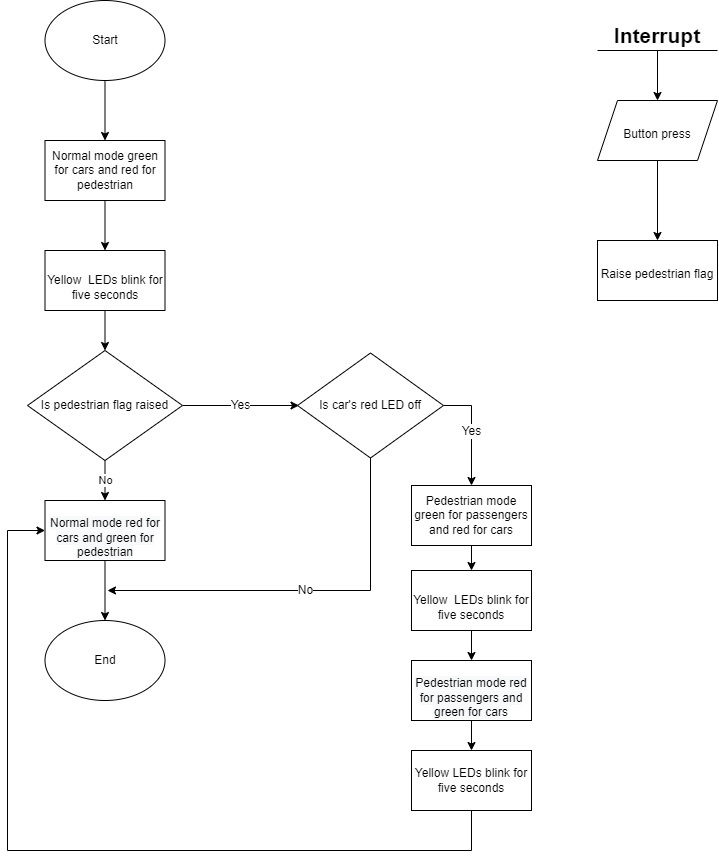
Earlier version of the draw.io export flowchart.png (ahmedosama07/FWD-Embedded-Systems-Professional-Track-On-demand-Traffic-light-Control-Project). Source tidied: cells renumbered, new cells last; positions are measured from the earlier drawing's top-left corner, leaving out a move shared by most shapes. Its diagram source:
```xml
<mxGraphModel>
  <root>
    <mxCell id="0" />
    <mxCell id="1" parent="0" />
    <mxCell id="2" style="edgeStyle=orthogonalEdgeStyle;rounded=0;jettySize=auto;html=1;" parent="1" edge="1" source="3" target="5">
      <mxGeometry relative="1" as="geometry" />
    </mxCell>
    <mxCell id="3" value="Start" style="ellipse;whiteSpace=wrap;html=1;" parent="1" vertex="1">
      <mxGeometry x="37.5" width="120" height="80" as="geometry" />
    </mxCell>
    <mxCell id="4" style="edgeStyle=orthogonalEdgeStyle;rounded=0;jettySize=auto;html=1;" parent="1" edge="1" source="5" target="7">
      <mxGeometry relative="1" as="geometry" />
    </mxCell>
    <mxCell id="5" value="Normal mode green for cars and red for pedestrian" style="rounded=0;whiteSpace=wrap;html=1;" parent="1" vertex="1">
      <mxGeometry x="37.5" y="140" width="120" height="60" as="geometry" />
    </mxCell>
    <mxCell id="6" style="edgeStyle=orthogonalEdgeStyle;rounded=0;jettySize=auto;html=1;" parent="1" edge="1" source="7" target="10">
      <mxGeometry relative="1" as="geometry" />
    </mxCell>
    <mxCell id="7" value="&lt;br&gt;Yellow&amp;nbsp; LEDs blink for five seconds" style="rounded=0;whiteSpace=wrap;html=1;" parent="1" vertex="1">
      <mxGeometry x="37.5" y="250" width="120" height="60" as="geometry" />
    </mxCell>
    <mxCell id="8" value="No" style="edgeStyle=orthogonalEdgeStyle;rounded=0;jettySize=auto;html=1;" parent="1" edge="1" source="10" target="12">
      <mxGeometry relative="1" as="geometry" />
    </mxCell>
    <mxCell id="9" value="Yes" style="edgeStyle=orthogonalEdgeStyle;rounded=0;jettySize=auto;html=1;fontSize=12;" parent="1" edge="1" source="10">
      <mxGeometry relative="1" as="geometry">
        <mxPoint x="291.5" y="405" as="targetPoint" />
      </mxGeometry>
    </mxCell>
    <mxCell id="10" value="Is pedestrian flag raised" style="rhombus;whiteSpace=wrap;html=1;" parent="1" vertex="1">
      <mxGeometry x="20" y="350" width="155" height="110" as="geometry" />
    </mxCell>
    <mxCell id="11" style="edgeStyle=orthogonalEdgeStyle;rounded=0;jettySize=auto;html=1;" parent="1" edge="1" source="12" target="13">
      <mxGeometry relative="1" as="geometry" />
    </mxCell>
    <mxCell id="12" value="&lt;br&gt;&lt;span style=&quot;color: rgb(0, 0, 0); font-family: Helvetica; font-size: 12px; font-style: normal; font-variant-ligatures: normal; font-variant-caps: normal; font-weight: 400; letter-spacing: normal; orphans: 2; text-align: center; text-indent: 0px; text-transform: none; widows: 2; word-spacing: 0px; -webkit-text-stroke-width: 0px; background-color: rgb(248, 249, 250); text-decoration-thickness: initial; text-decoration-style: initial; text-decoration-color: initial; float: none; display: inline !important;&quot;&gt;Normal mode red for cars and green for pedestrian&lt;/span&gt;&lt;br&gt;" style="rounded=0;whiteSpace=wrap;html=1;" parent="1" vertex="1">
      <mxGeometry x="37.5" y="500" width="120" height="60" as="geometry" />
    </mxCell>
    <mxCell id="13" value="End" style="ellipse;whiteSpace=wrap;html=1;" parent="1" vertex="1">
      <mxGeometry x="37.5" y="620" width="120" height="80" as="geometry" />
    </mxCell>
    <mxCell id="14" value="&lt;b&gt;&lt;font style=&quot;font-size: 21px;&quot;&gt;Interrupt&lt;/font&gt;&lt;/b&gt;" style="text;html=1;strokeColor=none;fillColor=none;align=center;verticalAlign=middle;whiteSpace=wrap;rounded=0;" parent="1" vertex="1">
      <mxGeometry x="620" y="20" width="60" height="30" as="geometry" />
    </mxCell>
    <mxCell id="15" style="endArrow=none;html=1;rounded=0;fontSize=21;" parent="1" edge="1">
      <mxGeometry relative="1" as="geometry">
        <mxPoint x="590" y="50" as="sourcePoint" />
        <mxPoint x="710" y="50" as="targetPoint" />
      </mxGeometry>
    </mxCell>
    <mxCell id="16" style="edgeStyle=orthogonalEdgeStyle;rounded=0;jettySize=auto;html=1;fontSize=12;" parent="1" edge="1" source="17" target="30">
      <mxGeometry relative="1" as="geometry" />
    </mxCell>
    <mxCell id="17" value="&lt;font style=&quot;font-size: 12px;&quot;&gt;Button press&lt;/font&gt;" style="shape=parallelogram;perimeter=parallelogramPerimeter;whiteSpace=wrap;html=1;fixedSize=1;fontSize=21;" parent="1" vertex="1">
      <mxGeometry x="590" y="100" width="120" height="60" as="geometry" />
    </mxCell>
    <mxCell id="18" style="endArrow=classic;html=1;rounded=0;fontSize=21;entryX=0.5;entryY=0;entryDx=0;entryDy=0;" parent="1" edge="1" target="17">
      <mxGeometry relative="1" as="geometry">
        <mxPoint x="650" y="50" as="sourcePoint" />
      </mxGeometry>
    </mxCell>
    <mxCell id="19" value="Yes" style="edgeStyle=orthogonalEdgeStyle;rounded=0;jettySize=auto;html=1;fontSize=12;exitX=1;exitY=0.5;exitDx=0;exitDy=0;" parent="1" edge="1" source="21" target="23">
      <mxGeometry relative="1" as="geometry" />
    </mxCell>
    <mxCell id="20" value="No" style="edgeStyle=orthogonalEdgeStyle;rounded=0;jettySize=auto;html=1;fontSize=12;" parent="1" edge="1" source="21">
      <mxGeometry relative="1" as="geometry">
        <mxPoint x="100" y="590" as="targetPoint" />
        <Array as="points">
          <mxPoint x="363" y="590" />
          <mxPoint x="300" y="590" />
        </Array>
      </mxGeometry>
    </mxCell>
    <mxCell id="21" value="Is car's red LED off" style="rhombus;whiteSpace=wrap;html=1;" parent="1" vertex="1">
      <mxGeometry x="290" y="352.5" width="146" height="105" as="geometry" />
    </mxCell>
    <mxCell id="22" style="edgeStyle=orthogonalEdgeStyle;rounded=0;jettySize=auto;html=1;fontSize=12;" parent="1" edge="1" source="23" target="25">
      <mxGeometry relative="1" as="geometry" />
    </mxCell>
    <mxCell id="23" value="Pedestrian mode green for passengers and red for cars" style="rounded=0;whiteSpace=wrap;html=1;" parent="1" vertex="1">
      <mxGeometry x="404" y="485" width="120" height="60" as="geometry" />
    </mxCell>
    <mxCell id="24" style="edgeStyle=orthogonalEdgeStyle;rounded=0;jettySize=auto;html=1;fontSize=12;" parent="1" edge="1" source="25" target="27">
      <mxGeometry relative="1" as="geometry" />
    </mxCell>
    <mxCell id="25" value="&lt;br&gt;Yellow&amp;nbsp; LEDs blink for five seconds" style="rounded=0;whiteSpace=wrap;html=1;" parent="1" vertex="1">
      <mxGeometry x="404" y="570" width="120" height="60" as="geometry" />
    </mxCell>
    <mxCell id="26" style="edgeStyle=orthogonalEdgeStyle;rounded=0;jettySize=auto;html=1;fontSize=12;" parent="1" edge="1" source="27" target="28">
      <mxGeometry relative="1" as="geometry" />
    </mxCell>
    <mxCell id="27" value="&lt;br&gt;&lt;span style=&quot;color: rgb(0, 0, 0); font-family: Helvetica; font-size: 12px; font-style: normal; font-variant-ligatures: normal; font-variant-caps: normal; font-weight: 400; letter-spacing: normal; orphans: 2; text-align: center; text-indent: 0px; text-transform: none; widows: 2; word-spacing: 0px; -webkit-text-stroke-width: 0px; background-color: rgb(248, 249, 250); text-decoration-thickness: initial; text-decoration-style: initial; text-decoration-color: initial; float: none; display: inline !important;&quot;&gt;Pedestrian mode red for passengers and green for cars&lt;/span&gt;" style="rounded=0;whiteSpace=wrap;html=1;" parent="1" vertex="1">
      <mxGeometry x="404" y="660" width="120" height="60" as="geometry" />
    </mxCell>
    <mxCell id="28" value="Yellow LEDs blink for five seconds" style="whiteSpace=wrap;html=1;rounded=0;" parent="1" vertex="1">
      <mxGeometry x="404" y="750" width="120" height="60" as="geometry" />
    </mxCell>
    <mxCell id="29" style="endArrow=classic;html=1;rounded=0;fontSize=12;exitX=0.5;exitY=1;exitDx=0;exitDy=0;entryX=0;entryY=0.5;entryDx=0;entryDy=0;" parent="1" edge="1" source="28" target="12">
      <mxGeometry relative="1" as="geometry">
        <Array as="points">
          <mxPoint x="464" y="850" />
          <mxPoint y="850" />
          <mxPoint y="530" />
        </Array>
      </mxGeometry>
    </mxCell>
    <mxCell id="30" value="&lt;font style=&quot;font-size: 12px;&quot;&gt;Raise pedestrian flag&lt;/font&gt;" style="whiteSpace=wrap;html=1;fontSize=21;" parent="1" vertex="1">
      <mxGeometry x="590" y="240" width="120" height="60" as="geometry" />
    </mxCell>
  </root>
</mxGraphModel>
```
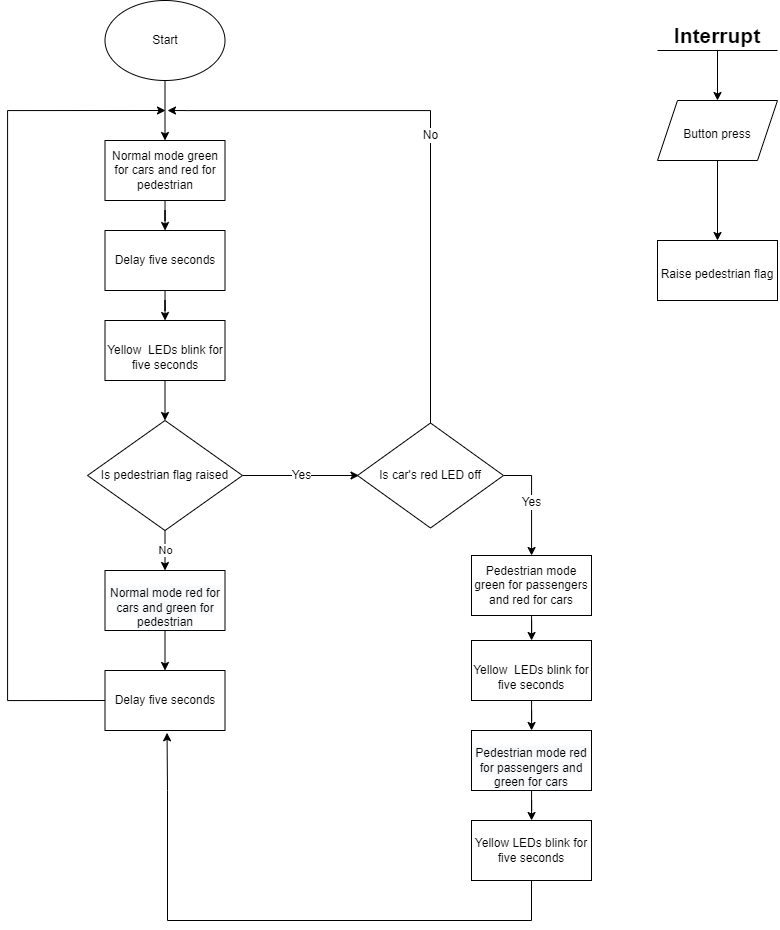
The same diagram one commit later.

Commit message:
Update system design

Change to the diagram source:
```diff
@@ -6,13 +6,13 @@
       <mxGeometry relative="1" as="geometry" />
     </mxCell>
     <mxCell id="3" value="Start" style="ellipse;whiteSpace=wrap;html=1;" parent="1" vertex="1">
-      <mxGeometry x="37.5" width="120" height="80" as="geometry" />
+      <mxGeometry x="37.5" y="-70" width="120" height="80" as="geometry" />
     </mxCell>
-    <mxCell id="4" style="edgeStyle=orthogonalEdgeStyle;rounded=0;jettySize=auto;html=1;" parent="1" edge="1" source="5" target="7">
-      <mxGeometry relative="1" as="geometry" />
-    </mxCell>
+    <mxCell id="31" style="edgeStyle=orthogonalEdgeStyle;rounded=0;jettySize=auto;html=1;" parent="1" edge="1" source="5" target="35">
+      <mxGeometry relative="1" as="geometry" />
+    </mxCell>
     <mxCell id="5" value="Normal mode green for cars and red for pedestrian" style="rounded=0;whiteSpace=wrap;html=1;" parent="1" vertex="1">
-      <mxGeometry x="37.5" y="140" width="120" height="60" as="geometry" />
+      <mxGeometry x="37.5" y="70" width="120" height="60" as="geometry" />
     </mxCell>
     <mxCell id="6" style="edgeStyle=orthogonalEdgeStyle;rounded=0;jettySize=auto;html=1;" parent="1" edge="1" source="7" target="10">
       <mxGeometry relative="1" as="geometry" />
@@ -31,44 +31,50 @@
     <mxCell id="10" value="Is pedestrian flag raised" style="rhombus;whiteSpace=wrap;html=1;" parent="1" vertex="1">
       <mxGeometry x="20" y="350" width="155" height="110" as="geometry" />
     </mxCell>
-    <mxCell id="11" style="edgeStyle=orthogonalEdgeStyle;rounded=0;jettySize=auto;html=1;" parent="1" edge="1" source="12" target="13">
-      <mxGeometry relative="1" as="geometry" />
-    </mxCell>
+    <mxCell id="32" style="edgeStyle=orthogonalEdgeStyle;rounded=0;jettySize=auto;html=1;exitX=0;exitY=0.5;exitDx=0;exitDy=0;" parent="1" edge="1" source="36">
+      <mxGeometry relative="1" as="geometry">
+        <mxPoint x="98" y="40" as="targetPoint" />
+        <Array as="points">
+          <mxPoint x="-60" y="630" />
+          <mxPoint x="-60" y="40" />
+        </Array>
+      </mxGeometry>
+    </mxCell>
+    <mxCell id="33" style="edgeStyle=orthogonalEdgeStyle;rounded=0;jettySize=auto;html=1;" parent="1" edge="1" source="12" target="36">
+      <mxGeometry relative="1" as="geometry" />
+    </mxCell>
     <mxCell id="12" value="&lt;br&gt;&lt;span style=&quot;color: rgb(0, 0, 0); font-family: Helvetica; font-size: 12px; font-style: normal; font-variant-ligatures: normal; font-variant-caps: normal; font-weight: 400; letter-spacing: normal; orphans: 2; text-align: center; text-indent: 0px; text-transform: none; widows: 2; word-spacing: 0px; -webkit-text-stroke-width: 0px; background-color: rgb(248, 249, 250); text-decoration-thickness: initial; text-decoration-style: initial; text-decoration-color: initial; float: none; display: inline !important;&quot;&gt;Normal mode red for cars and green for pedestrian&lt;/span&gt;&lt;br&gt;" style="rounded=0;whiteSpace=wrap;html=1;" parent="1" vertex="1">
       <mxGeometry x="37.5" y="500" width="120" height="60" as="geometry" />
     </mxCell>
-    <mxCell id="13" value="End" style="ellipse;whiteSpace=wrap;html=1;" parent="1" vertex="1">
-      <mxGeometry x="37.5" y="620" width="120" height="80" as="geometry" />
-    </mxCell>
     <mxCell id="14" value="&lt;b&gt;&lt;font style=&quot;font-size: 21px;&quot;&gt;Interrupt&lt;/font&gt;&lt;/b&gt;" style="text;html=1;strokeColor=none;fillColor=none;align=center;verticalAlign=middle;whiteSpace=wrap;rounded=0;" parent="1" vertex="1">
-      <mxGeometry x="620" y="20" width="60" height="30" as="geometry" />
+      <mxGeometry x="620" y="-50" width="60" height="30" as="geometry" />
     </mxCell>
     <mxCell id="15" style="endArrow=none;html=1;rounded=0;fontSize=21;" parent="1" edge="1">
       <mxGeometry relative="1" as="geometry">
-        <mxPoint x="590" y="50" as="sourcePoint" />
-        <mxPoint x="710" y="50" as="targetPoint" />
+        <mxPoint x="590" y="-20" as="sourcePoint" />
+        <mxPoint x="710" y="-20" as="targetPoint" />
       </mxGeometry>
     </mxCell>
     <mxCell id="16" style="edgeStyle=orthogonalEdgeStyle;rounded=0;jettySize=auto;html=1;fontSize=12;" parent="1" edge="1" source="17" target="30">
       <mxGeometry relative="1" as="geometry" />
     </mxCell>
     <mxCell id="17" value="&lt;font style=&quot;font-size: 12px;&quot;&gt;Button press&lt;/font&gt;" style="shape=parallelogram;perimeter=parallelogramPerimeter;whiteSpace=wrap;html=1;fixedSize=1;fontSize=21;" parent="1" vertex="1">
-      <mxGeometry x="590" y="100" width="120" height="60" as="geometry" />
+      <mxGeometry x="590" y="30" width="120" height="60" as="geometry" />
     </mxCell>
     <mxCell id="18" style="endArrow=classic;html=1;rounded=0;fontSize=21;entryX=0.5;entryY=0;entryDx=0;entryDy=0;" parent="1" edge="1" target="17">
       <mxGeometry relative="1" as="geometry">
-        <mxPoint x="650" y="50" as="sourcePoint" />
+        <mxPoint x="650" y="-20" as="sourcePoint" />
       </mxGeometry>
     </mxCell>
     <mxCell id="19" value="Yes" style="edgeStyle=orthogonalEdgeStyle;rounded=0;jettySize=auto;html=1;fontSize=12;exitX=1;exitY=0.5;exitDx=0;exitDy=0;" parent="1" edge="1" source="21" target="23">
       <mxGeometry relative="1" as="geometry" />
     </mxCell>
-    <mxCell id="20" value="No" style="edgeStyle=orthogonalEdgeStyle;rounded=0;jettySize=auto;html=1;fontSize=12;" parent="1" edge="1" source="21">
+    <mxCell id="20" value="No" style="edgeStyle=orthogonalEdgeStyle;rounded=0;jettySize=auto;html=1;fontSize=12;exitX=0.5;exitY=0;exitDx=0;exitDy=0;" parent="1" edge="1" source="21">
       <mxGeometry relative="1" as="geometry">
-        <mxPoint x="100" y="590" as="targetPoint" />
+        <mxPoint x="100" y="40" as="targetPoint" />
         <Array as="points">
-          <mxPoint x="363" y="590" />
-          <mxPoint x="300" y="590" />
+          <mxPoint x="363" y="40" />
+          <mxPoint x="120" y="40" />
         </Array>
       </mxGeometry>
     </mxCell>
@@ -96,17 +102,26 @@
     <mxCell id="28" value="Yellow LEDs blink for five seconds" style="whiteSpace=wrap;html=1;rounded=0;" parent="1" vertex="1">
       <mxGeometry x="404" y="750" width="120" height="60" as="geometry" />
     </mxCell>
-    <mxCell id="29" style="endArrow=classic;html=1;rounded=0;fontSize=12;exitX=0.5;exitY=1;exitDx=0;exitDy=0;entryX=0;entryY=0.5;entryDx=0;entryDy=0;" parent="1" edge="1" source="28" target="12">
+    <mxCell id="29" style="endArrow=classic;html=1;rounded=0;fontSize=12;exitX=0.5;exitY=1;exitDx=0;exitDy=0;entryX=0.517;entryY=1.038;entryDx=0;entryDy=0;entryPerimeter=0;" parent="1" edge="1" source="28" target="36">
       <mxGeometry relative="1" as="geometry">
         <Array as="points">
           <mxPoint x="464" y="850" />
-          <mxPoint y="850" />
-          <mxPoint y="530" />
+          <mxPoint x="100" y="850" />
+          <mxPoint x="100" y="720" />
         </Array>
       </mxGeometry>
     </mxCell>
     <mxCell id="30" value="&lt;font style=&quot;font-size: 12px;&quot;&gt;Raise pedestrian flag&lt;/font&gt;" style="whiteSpace=wrap;html=1;fontSize=21;" parent="1" vertex="1">
-      <mxGeometry x="590" y="240" width="120" height="60" as="geometry" />
+      <mxGeometry x="590" y="170" width="120" height="60" as="geometry" />
     </mxCell>
+    <mxCell id="34" style="edgeStyle=orthogonalEdgeStyle;rounded=0;jettySize=auto;html=1;" parent="1" edge="1" source="35" target="7">
+      <mxGeometry relative="1" as="geometry" />
+    </mxCell>
+    <mxCell id="35" value="Delay five seconds" style="rounded=0;whiteSpace=wrap;html=1;" parent="1" vertex="1">
+      <mxGeometry x="37.5" y="160" width="120" height="60" as="geometry" />
+    </mxCell>
+    <mxCell id="36" value="Delay five seconds" style="whiteSpace=wrap;html=1;rounded=0;" parent="1" vertex="1">
+      <mxGeometry x="37.5" y="600" width="120" height="60" as="geometry" />
+    </mxCell>
   </root>
 </mxGraphModel>
```
